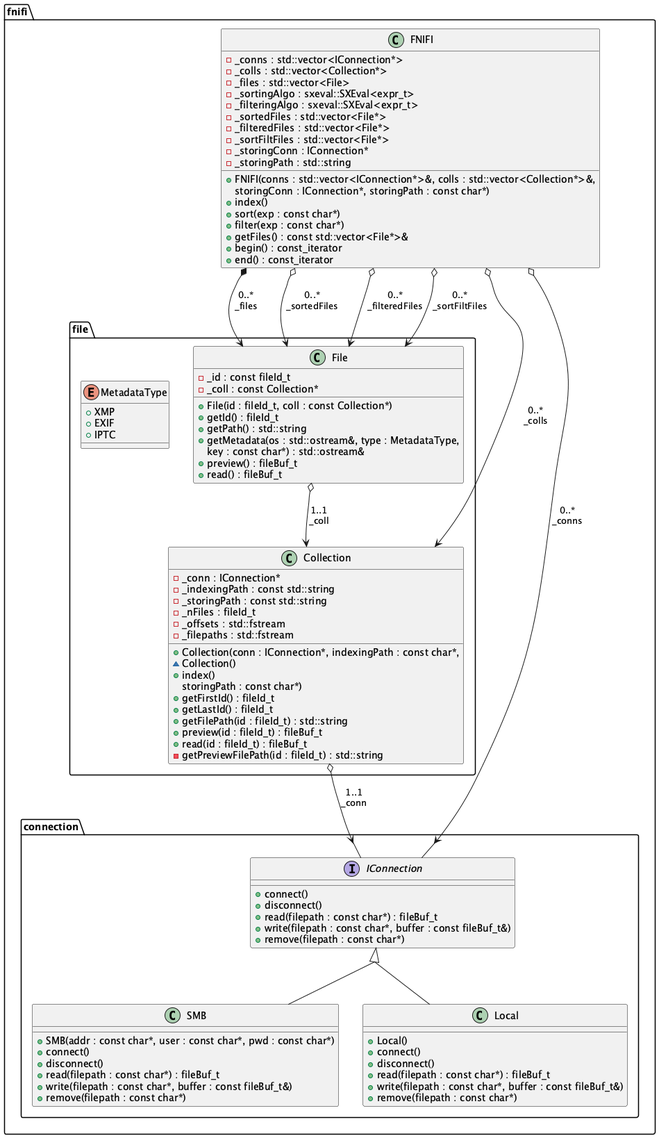
Before: resources/architecture.png, a diagram exported from PlantUML (abadiet/FNIFI).
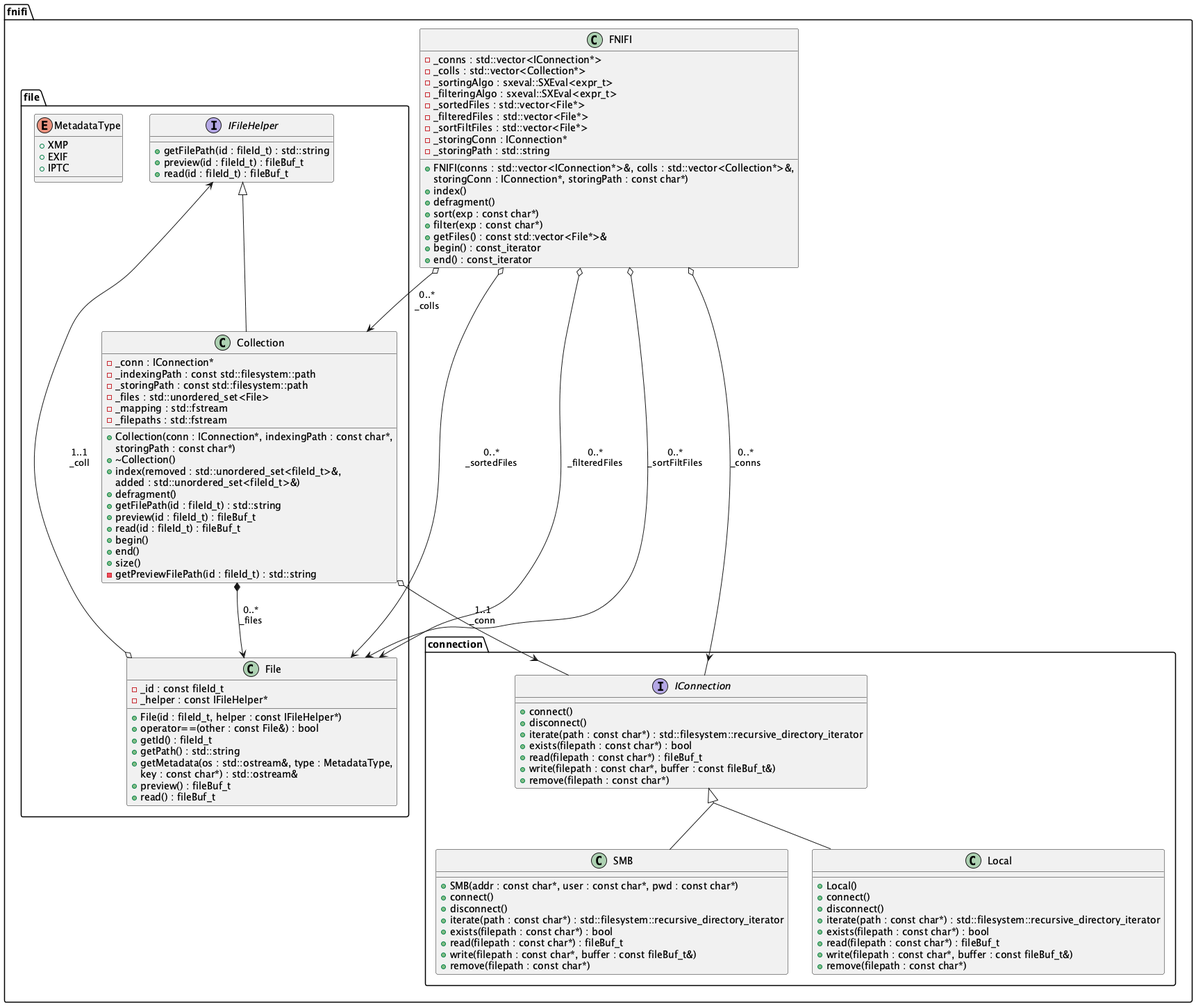
After the change.

The edit, as a diff of the source:
```diff
@@ -6,7 +6,6 @@
     class FNIFI {
         -_conns : std::vector<IConnection*>
         -_colls : std::vector<Collection*>
-        -_files : std::vector<File>
         -_sortingAlgo : sxeval::SXEval<expr_t>
         -_filteringAlgo : sxeval::SXEval<expr_t>
         -_sortedFiles : std::vector<File*>
@@ -17,6 +16,7 @@
         +FNIFI(conns : std::vector<IConnection*>&, colls : std::vector<Collection*>&,
         storingConn : IConnection*, storingPath : const char*)
         +index()
+        +defragment()
         +sort(exp : const char*)
         +filter(exp : const char*)
         +getFiles() : const std::vector<File*>&
@@ -31,10 +31,17 @@
             +IPTC
         }
 
+        interface IFileHelper {
+            +getFilePath(id : fileId_t) : std::string
+            +preview(id : fileId_t) : fileBuf_t
+            +read(id : fileId_t) : fileBuf_t
+        }
+
         class File {
             -_id : const fileId_t
-            -_coll : const Collection*
-            +File(id : fileId_t, coll : const Collection*)
+            -_helper : const IFileHelper*
+            +File(id : fileId_t, helper : const IFileHelper*)
+            +operator==(other : const File&) : bool
             +getId() : fileId_t
             +getPath() : std::string
             +getMetadata(os : std::ostream&, type : MetadataType,
@@ -43,22 +50,25 @@
             +read() : fileBuf_t
         }
 
-        class Collection {
+        class Collection extends IFileHelper {
             -_conn : IConnection*
-            -_indexingPath : const std::string
-            -_storingPath : const std::string
-            -_nFiles : fileId_t
-            -_offsets : std::fstream
+            -_indexingPath : const std::filesystem::path
+            -_storingPath : const std::filesystem::path
+            -_files : std::unordered_set<File>
+            -_mapping : std::fstream
             -_filepaths : std::fstream
             +Collection(conn : IConnection*, indexingPath : const char*,
-            ~Collection()
-            +index()
             storingPath : const char*)
-            +getFirstId() : fileId_t
-            +getLastId() : fileId_t
+            +~Collection()
+            +index(removed : std::unordered_set<fileId_t>&,
+            added : std::unordered_set<fileId_t>&)
+            +defragment()
             +getFilePath(id : fileId_t) : std::string
             +preview(id : fileId_t) : fileBuf_t
             +read(id : fileId_t) : fileBuf_t
+            +begin()
+            +end()
+            +size()
             -getPreviewFilePath(id : fileId_t) : std::string
         }
     }
@@ -67,6 +77,8 @@
         interface IConnection {
             +connect()
             +disconnect()
+            +iterate(path : const char*) : std::filesystem::recursive_directory_iterator
+            +exists(filepath : const char*) : bool
             +read(filepath : const char*) : fileBuf_t
             +write(filepath : const char*, buffer : const fileBuf_t&)
             +remove(filepath : const char*)
@@ -76,6 +88,8 @@
             +SMB(addr : const char*, user : const char*, pwd : const char*)
             +connect()
             +disconnect()
+            +iterate(path : const char*) : std::filesystem::recursive_directory_iterator
+            +exists(filepath : const char*) : bool
             +read(filepath : const char*) : fileBuf_t
             +write(filepath : const char*, buffer : const fileBuf_t&)
             +remove(filepath : const char*)
@@ -85,6 +99,8 @@
             +Local()
             +connect()
             +disconnect()
+            +iterate(path : const char*) : std::filesystem::recursive_directory_iterator
+            +exists(filepath : const char*) : bool
             +read(filepath : const char*) : fileBuf_t
             +write(filepath : const char*, buffer : const fileBuf_t&)
             +remove(filepath : const char*)
@@ -93,11 +109,11 @@
 
     FNIFI o--> IConnection : 0..*\n_conns
     FNIFI o--> Collection : 0..*\n_colls
-    FNIFI *--> File : 0..*\n_files
+    Collection *--> File : 0..*\n_files
     FNIFI o--> File : 0..*\n_sortedFiles
     FNIFI o--> File : 0..*\n_filteredFiles
     FNIFI o--> File : 0..*\n_sortFiltFiles
-    File o--> Collection : 1..1\n_coll
+    File o--> IFileHelper : 1..1\n_coll
     Collection o--> IConnection : 1..1\n_conn
 }
 
```
